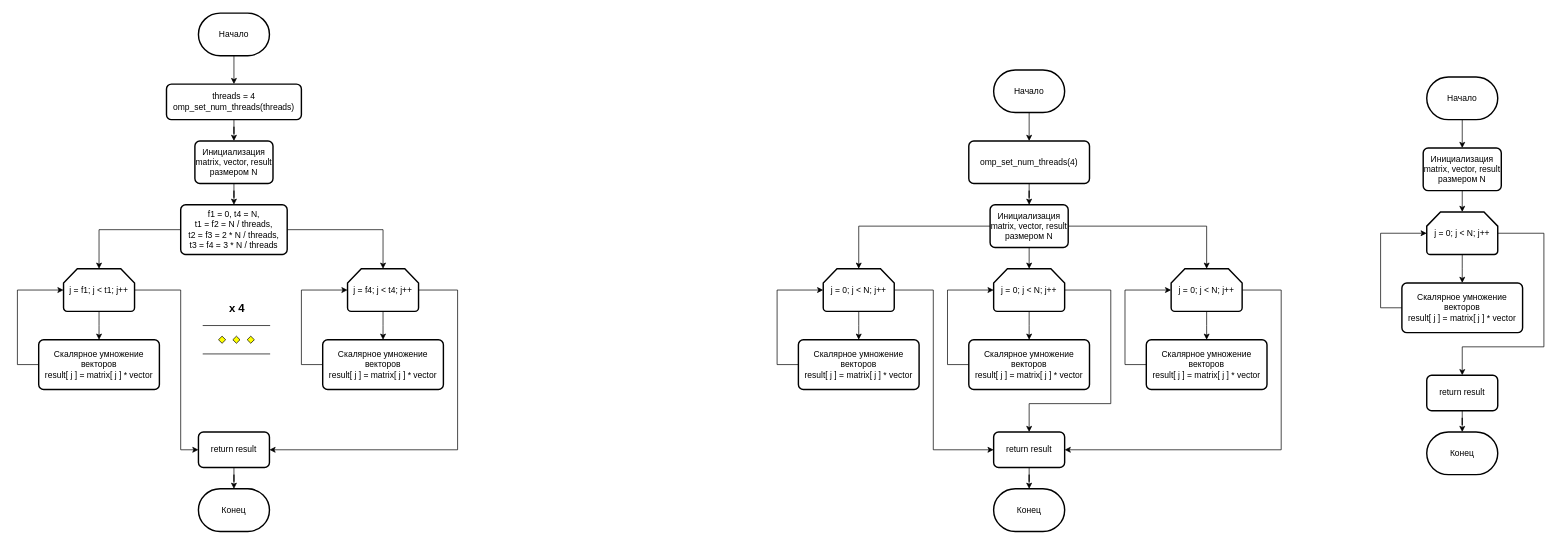
dyukoffv4/KustKust keeps this draw.io diagram as TestSQL/Panin_PA.drawio. Above is the earlier version. Source tidied: cells renumbered, new cells numbered last; positions are measured from the earlier drawing's top-left corner, leaving out a move shared by most shapes. Both pictures are drawn from the tidied source at 71%, with x=0, y=0 at pixel (17, 13).
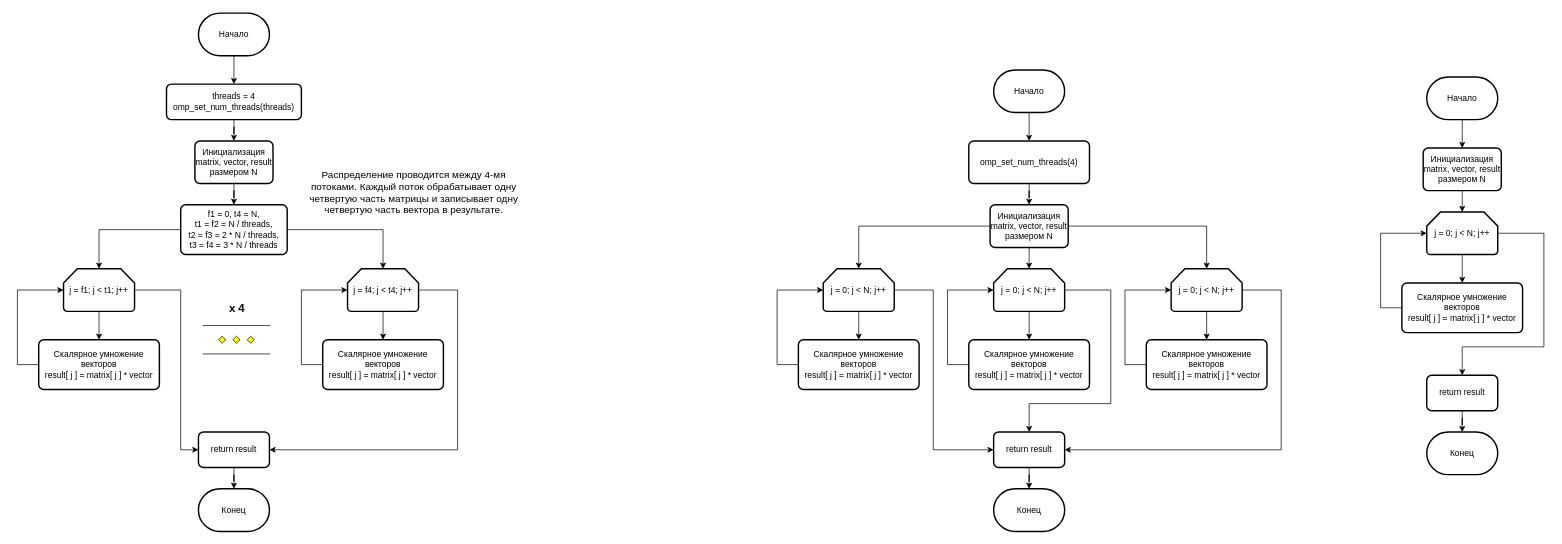
The same page after the edit.

What changed in the source:
```diff
@@
+    <mxCell id="64" value="&lt;font style=&quot;font-size: 14px;&quot;&gt;Распределение проводится между 4-мя потоками. Каждый поток обрабатывает одну четвертую часть матрицы и записывает одну четвертую часть вектора в результате.&lt;/font&gt;" style="text;html=1;strokeColor=none;fillColor=none;align=center;verticalAlign=middle;whiteSpace=wrap;rounded=0;" parent="1" vertex="1">
+      <mxGeometry x="406" y="199" width="305" height="105" as="geometry" />
+    </mxCell>
```
